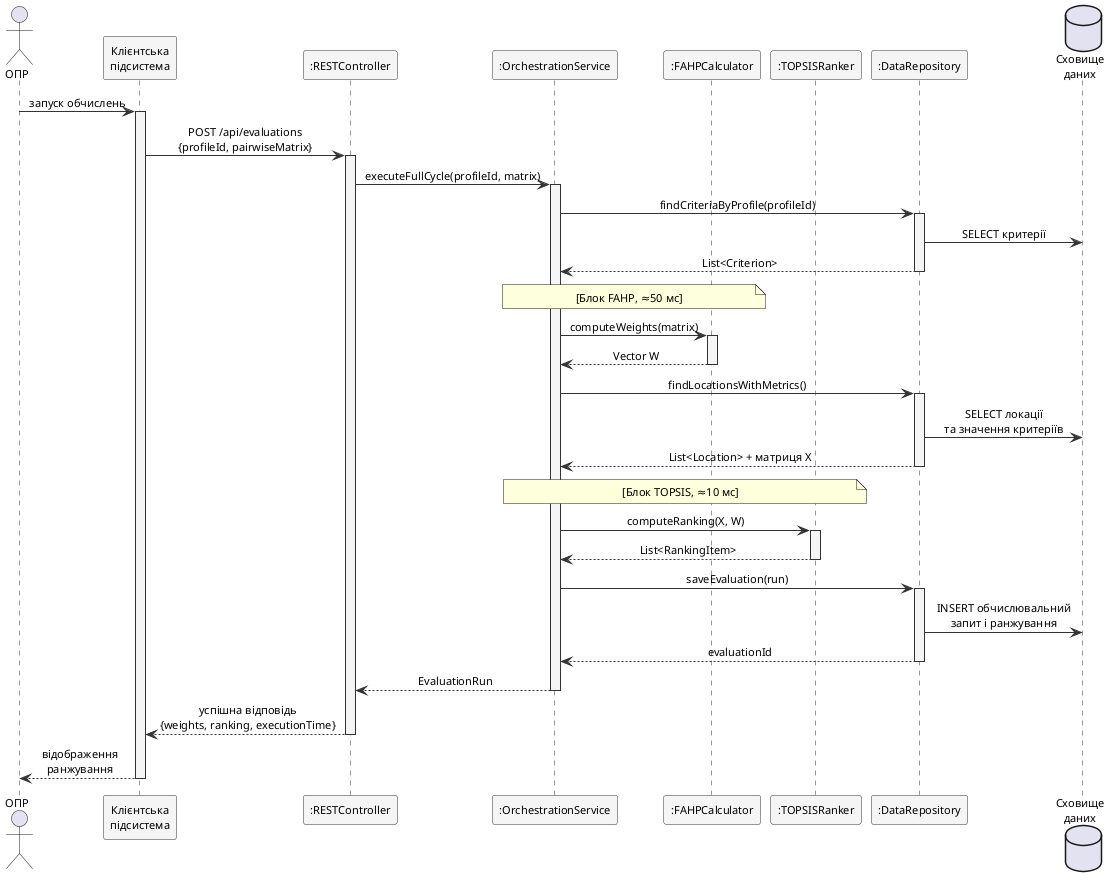
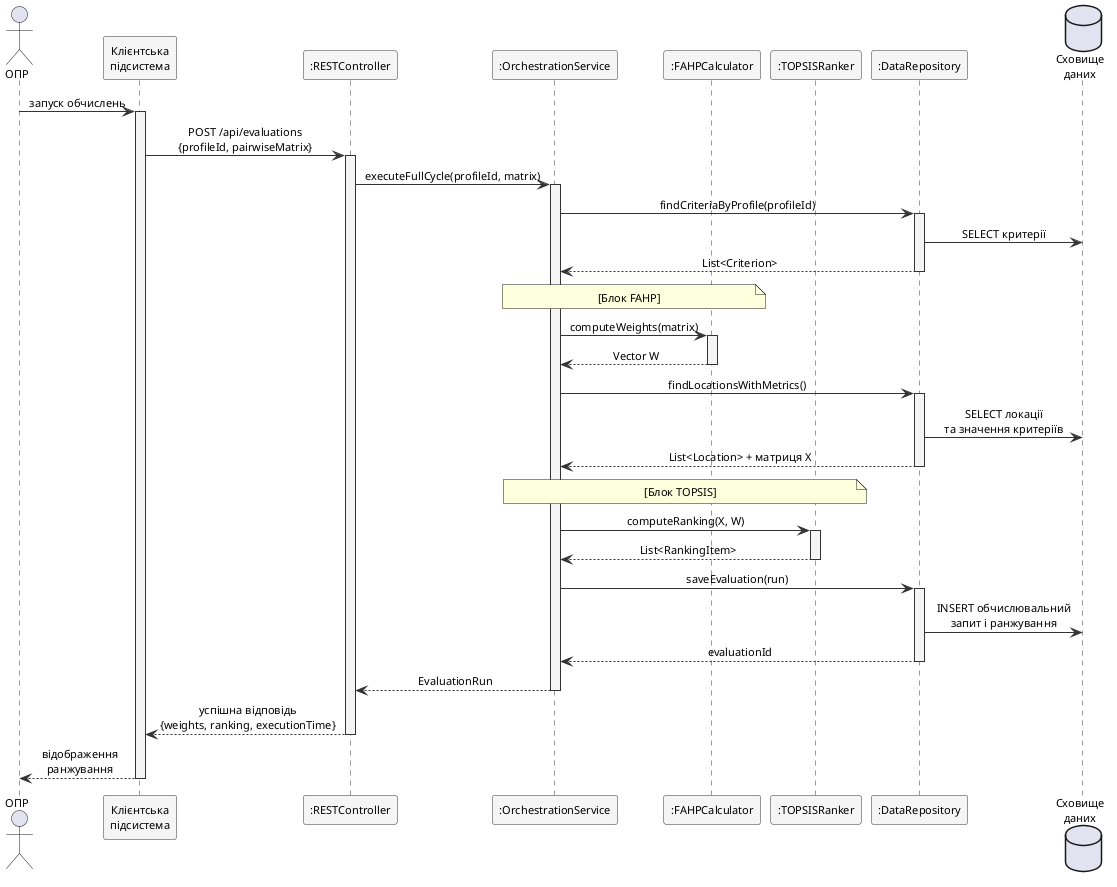
@startuml
' Рис. 2.4. Діаграма послідовності сценарію «Обчислити ранжування локацій»
skinparam shadowing false
skinparam defaultFontName "Times New Roman"
skinparam defaultFontSize 11
skinparam sequenceMessageAlign center
skinparam sequence {
    ArrowColor #333333
    LifeLineBorderColor #333333
    LifeLineBackgroundColor #f5f5f5
    ParticipantBorderColor #333333
    ParticipantBackgroundColor #f5f5f5
}

actor "ОПР" as User
participant "Клієнтська\nпідсистема" as Client
participant ":RESTController" as Ctrl
participant ":OrchestrationService" as Orch
participant ":FAHPCalculator" as FAHP
participant ":TOPSISRanker" as TOP
participant ":DataRepository" as Repo
database "Сховище\nданих" as DB

User -> Client : запуск обчислень
activate Client

Client -> Ctrl : POST /api/evaluations\n{profileId, pairwiseMatrix}
activate Ctrl

Ctrl -> Orch : executeFullCycle(profileId, matrix)
activate Orch

Orch -> Repo : findCriteriaByProfile(profileId)
activate Repo
Repo -> DB : SELECT критерії
Repo --> Orch : List<Criterion>
deactivate Repo

- note over Orch, FAHP : [Блок FAHP, ≈50 мс]
+ note over Orch, FAHP : [Блок FAHP]

Orch -> FAHP : computeWeights(matrix)
activate FAHP
FAHP --> Orch : Vector W
deactivate FAHP

Orch -> Repo : findLocationsWithMetrics()
activate Repo
Repo -> DB : SELECT локації\nта значення критеріїв
Repo --> Orch : List<Location> + матриця X
deactivate Repo

- note over Orch, TOP : [Блок TOPSIS, ≈10 мс]
+ note over Orch, TOP : [Блок TOPSIS]

Orch -> TOP : computeRanking(X, W)
activate TOP
TOP --> Orch : List<RankingItem>
deactivate TOP

Orch -> Repo : saveEvaluation(run)
activate Repo
Repo -> DB : INSERT обчислювальний\nзапит і ранжування
Repo --> Orch : evaluationId
deactivate Repo

Orch --> Ctrl : EvaluationRun
deactivate Orch

Ctrl --> Client : успішна відповідь\n{weights, ranking, executionTime}
deactivate Ctrl

Client --> User : відображення\nранжування
deactivate Client

@enduml
